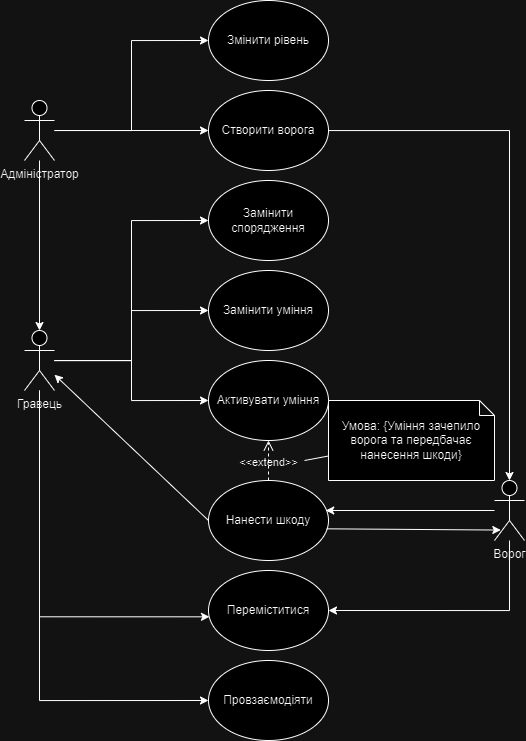
This is lab2/UseCase.drawio.png from ShyriaievDaniil/TRPZ, a draw.io export, as it was before one commit. Source tidied: cells renumbered, new cells last; positions are measured from the earlier drawing's top-left corner, leaving out a move shared by most shapes. Its diagram source:
```xml
<mxGraphModel>
  <root>
    <mxCell id="0" />
    <mxCell id="1" parent="0" />
    <mxCell id="2" style="edgeStyle=orthogonalEdgeStyle;rounded=0;jettySize=auto;html=1;entryX=0;entryY=0.5;entryDx=0;entryDy=0;" parent="1" edge="1" source="6" target="15">
      <mxGeometry relative="1" as="geometry" />
    </mxCell>
    <mxCell id="3" style="edgeStyle=orthogonalEdgeStyle;rounded=0;jettySize=auto;html=1;entryX=0;entryY=0.5;entryDx=0;entryDy=0;" parent="1" edge="1" source="6" target="16">
      <mxGeometry relative="1" as="geometry" />
    </mxCell>
    <mxCell id="4" style="edgeStyle=orthogonalEdgeStyle;rounded=0;jettySize=auto;html=1;entryX=0;entryY=0.5;entryDx=0;entryDy=0;" parent="1" edge="1" source="6" target="23">
      <mxGeometry relative="1" as="geometry">
        <Array as="points">
          <mxPoint x="15" y="700" />
        </Array>
      </mxGeometry>
    </mxCell>
    <mxCell id="5" style="edgeStyle=orthogonalEdgeStyle;rounded=0;jettySize=auto;html=1;entryX=0;entryY=0.5;entryDx=0;entryDy=0;" parent="1" edge="1" source="6" target="28">
      <mxGeometry relative="1" as="geometry" />
    </mxCell>
    <mxCell id="6" value="Гравець" style="shape=umlActor;verticalLabelPosition=bottom;verticalAlign=top;html=1;outlineConnect=0;" parent="1" vertex="1">
      <mxGeometry y="330" width="30" height="60" as="geometry" />
    </mxCell>
    <mxCell id="7" style="edgeStyle=orthogonalEdgeStyle;rounded=0;jettySize=auto;html=1;entryX=1;entryY=0.5;entryDx=0;entryDy=0;" parent="1" edge="1" source="8" target="20">
      <mxGeometry relative="1" as="geometry">
        <Array as="points">
          <mxPoint x="485" y="610" />
        </Array>
      </mxGeometry>
    </mxCell>
    <mxCell id="8" value="Ворог" style="shape=umlActor;verticalLabelPosition=bottom;verticalAlign=top;html=1;outlineConnect=0;" parent="1" vertex="1">
      <mxGeometry x="470" y="480" width="30" height="60" as="geometry" />
    </mxCell>
    <mxCell id="9" style="edgeStyle=orthogonalEdgeStyle;rounded=0;jettySize=auto;html=1;" parent="1" edge="1" source="12" target="6">
      <mxGeometry relative="1" as="geometry" />
    </mxCell>
    <mxCell id="10" style="edgeStyle=orthogonalEdgeStyle;rounded=0;jettySize=auto;html=1;entryX=0;entryY=0.5;entryDx=0;entryDy=0;" parent="1" edge="1" source="12" target="14">
      <mxGeometry relative="1" as="geometry" />
    </mxCell>
    <mxCell id="11" style="edgeStyle=orthogonalEdgeStyle;rounded=0;jettySize=auto;html=1;entryX=0;entryY=0.5;entryDx=0;entryDy=0;" parent="1" edge="1" source="12" target="18">
      <mxGeometry relative="1" as="geometry" />
    </mxCell>
    <mxCell id="12" value="Адміністратор" style="shape=umlActor;verticalLabelPosition=bottom;verticalAlign=top;html=1;outlineConnect=0;" parent="1" vertex="1">
      <mxGeometry y="100" width="30" height="60" as="geometry" />
    </mxCell>
    <mxCell id="13" style="edgeStyle=orthogonalEdgeStyle;rounded=0;jettySize=auto;html=1;" parent="1" edge="1" source="14" target="8">
      <mxGeometry relative="1" as="geometry" />
    </mxCell>
    <mxCell id="14" value="Створити ворога" style="ellipse;whiteSpace=wrap;html=1;" parent="1" vertex="1">
      <mxGeometry x="184" y="90" width="120" height="80" as="geometry" />
    </mxCell>
    <mxCell id="15" value="Замінити уміння" style="ellipse;whiteSpace=wrap;html=1;" parent="1" vertex="1">
      <mxGeometry x="184" y="270" width="120" height="80" as="geometry" />
    </mxCell>
    <mxCell id="16" value="Активувати уміння" style="ellipse;whiteSpace=wrap;html=1;" parent="1" vertex="1">
      <mxGeometry x="184" y="360" width="120" height="80" as="geometry" />
    </mxCell>
    <mxCell id="17" value="Нанести шкоду" style="ellipse;whiteSpace=wrap;html=1;" parent="1" vertex="1">
      <mxGeometry x="184" y="480" width="120" height="80" as="geometry" />
    </mxCell>
    <mxCell id="18" value="Змінити рівень" style="ellipse;whiteSpace=wrap;html=1;" parent="1" vertex="1">
      <mxGeometry x="184" width="120" height="80" as="geometry" />
    </mxCell>
    <mxCell id="19" style="endArrow=classic;html=1;rounded=0;exitX=0;exitY=0.5;exitDx=0;exitDy=0;" parent="1" edge="1" source="17" target="6">
      <mxGeometry relative="1" as="geometry" />
    </mxCell>
    <mxCell id="20" value="Переміститися" style="ellipse;whiteSpace=wrap;html=1;" parent="1" vertex="1">
      <mxGeometry x="184" y="570" width="120" height="80" as="geometry" />
    </mxCell>
    <mxCell id="21" style="edgeStyle=orthogonalEdgeStyle;rounded=0;jettySize=auto;html=1;entryX=0.008;entryY=0.579;entryDx=0;entryDy=0;entryPerimeter=0;" parent="1" edge="1" source="6" target="20">
      <mxGeometry relative="1" as="geometry">
        <Array as="points">
          <mxPoint x="15" y="616" />
        </Array>
      </mxGeometry>
    </mxCell>
    <mxCell id="22" value="&amp;lt;&amp;lt;extend&amp;gt;&amp;gt;" style="endArrow=open;startArrow=none;endFill=0;startFill=0;endSize=8;html=1;verticalAlign=bottom;dashed=1;labelBackgroundColor=none;rounded=0;exitX=0.5;exitY=0;exitDx=0;exitDy=0;entryX=0.5;entryY=1;entryDx=0;entryDy=0;" parent="1" edge="1" source="17" target="16">
      <mxGeometry x="-0.5" relative="1" as="geometry" />
    </mxCell>
    <mxCell id="23" value="Провзаємодіяти" style="ellipse;whiteSpace=wrap;html=1;" parent="1" vertex="1">
      <mxGeometry x="184" y="660" width="120" height="80" as="geometry" />
    </mxCell>
    <mxCell id="24" style="endArrow=classic;html=1;rounded=0;exitX=0.985;exitY=0.604;exitDx=0;exitDy=0;entryX=0.21;entryY=0.826;entryDx=0;entryDy=0;entryPerimeter=0;exitPerimeter=0;" parent="1" edge="1" source="17" target="8">
      <mxGeometry relative="1" as="geometry" />
    </mxCell>
    <mxCell id="25" style="endArrow=classic;html=1;rounded=0;entryX=0.977;entryY=0.375;entryDx=0;entryDy=0;entryPerimeter=0;" parent="1" edge="1" source="8" target="17">
      <mxGeometry relative="1" as="geometry" />
    </mxCell>
    <mxCell id="26" value="Умова: {Уміння зачепило ворога та передбачає нанесення шкоди}" style="shape=note;whiteSpace=wrap;html=1;backgroundOutline=1;darkOpacity=0.05;size=15;" parent="1" vertex="1">
      <mxGeometry x="304" y="400" width="166" height="80" as="geometry" />
    </mxCell>
    <mxCell id="27" style="endArrow=none;html=1;rounded=0;" parent="1" edge="1" target="26">
      <mxGeometry relative="1" as="geometry">
        <mxPoint x="280" y="460" as="sourcePoint" />
      </mxGeometry>
    </mxCell>
    <mxCell id="28" value="Замінити спорядження" style="ellipse;whiteSpace=wrap;html=1;" parent="1" vertex="1">
      <mxGeometry x="184" y="180" width="120" height="80" as="geometry" />
    </mxCell>
  </root>
</mxGraphModel>
```
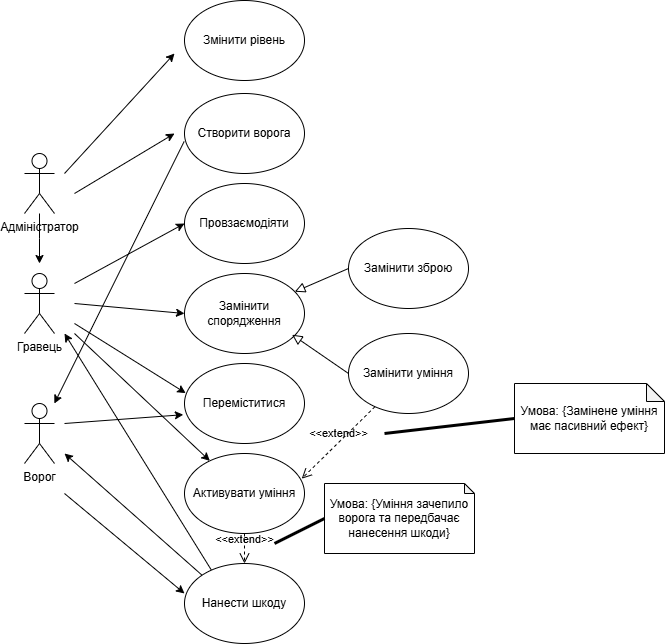
Above is the later version.

The edit, as a diff of the source:
```diff
@@ -2,100 +2,135 @@
   <root>
     <mxCell id="0" />
     <mxCell id="1" parent="0" />
-    <mxCell id="2" style="edgeStyle=orthogonalEdgeStyle;rounded=0;jettySize=auto;html=1;entryX=0;entryY=0.5;entryDx=0;entryDy=0;" parent="1" edge="1" source="6" target="15">
-      <mxGeometry relative="1" as="geometry" />
-    </mxCell>
-    <mxCell id="3" style="edgeStyle=orthogonalEdgeStyle;rounded=0;jettySize=auto;html=1;entryX=0;entryY=0.5;entryDx=0;entryDy=0;" parent="1" edge="1" source="6" target="16">
-      <mxGeometry relative="1" as="geometry" />
-    </mxCell>
-    <mxCell id="4" style="edgeStyle=orthogonalEdgeStyle;rounded=0;jettySize=auto;html=1;entryX=0;entryY=0.5;entryDx=0;entryDy=0;" parent="1" edge="1" source="6" target="23">
-      <mxGeometry relative="1" as="geometry">
-        <Array as="points">
-          <mxPoint x="15" y="700" />
-        </Array>
-      </mxGeometry>
-    </mxCell>
-    <mxCell id="5" style="edgeStyle=orthogonalEdgeStyle;rounded=0;jettySize=auto;html=1;entryX=0;entryY=0.5;entryDx=0;entryDy=0;" parent="1" edge="1" source="6" target="28">
-      <mxGeometry relative="1" as="geometry" />
-    </mxCell>
     <mxCell id="6" value="Гравець" style="shape=umlActor;verticalLabelPosition=bottom;verticalAlign=top;html=1;outlineConnect=0;" parent="1" vertex="1">
-      <mxGeometry y="330" width="30" height="60" as="geometry" />
+      <mxGeometry x="-80" y="250" width="30" height="60" as="geometry" />
     </mxCell>
-    <mxCell id="7" style="edgeStyle=orthogonalEdgeStyle;rounded=0;jettySize=auto;html=1;entryX=1;entryY=0.5;entryDx=0;entryDy=0;" parent="1" edge="1" source="8" target="20">
-      <mxGeometry relative="1" as="geometry">
-        <Array as="points">
-          <mxPoint x="485" y="610" />
-        </Array>
-      </mxGeometry>
-    </mxCell>
+    <mxCell id="29" style="edgeStyle=orthogonalEdgeStyle;rounded=0;jettySize=auto;html=1;" parent="1" edge="1" source="12">
+      <mxGeometry relative="1" as="geometry">
+        <mxPoint x="-65" y="240" as="targetPoint" />
+      </mxGeometry>
+    </mxCell>
+    <mxCell id="12" value="Адміністратор" style="shape=umlActor;verticalLabelPosition=bottom;verticalAlign=top;html=1;outlineConnect=0;" parent="1" vertex="1">
+      <mxGeometry x="-80" y="130" width="30" height="60" as="geometry" />
+    </mxCell>
     <mxCell id="8" value="Ворог" style="shape=umlActor;verticalLabelPosition=bottom;verticalAlign=top;html=1;outlineConnect=0;" parent="1" vertex="1">
-      <mxGeometry x="470" y="480" width="30" height="60" as="geometry" />
+      <mxGeometry x="-80" y="380" width="30" height="60" as="geometry" />
     </mxCell>
-    <mxCell id="9" style="edgeStyle=orthogonalEdgeStyle;rounded=0;jettySize=auto;html=1;" parent="1" edge="1" source="12" target="6">
-      <mxGeometry relative="1" as="geometry" />
-    </mxCell>
-    <mxCell id="10" style="edgeStyle=orthogonalEdgeStyle;rounded=0;jettySize=auto;html=1;entryX=0;entryY=0.5;entryDx=0;entryDy=0;" parent="1" edge="1" source="12" target="14">
-      <mxGeometry relative="1" as="geometry" />
-    </mxCell>
-    <mxCell id="11" style="edgeStyle=orthogonalEdgeStyle;rounded=0;jettySize=auto;html=1;entryX=0;entryY=0.5;entryDx=0;entryDy=0;" parent="1" edge="1" source="12" target="18">
-      <mxGeometry relative="1" as="geometry" />
-    </mxCell>
-    <mxCell id="12" value="Адміністратор" style="shape=umlActor;verticalLabelPosition=bottom;verticalAlign=top;html=1;outlineConnect=0;" parent="1" vertex="1">
-      <mxGeometry y="100" width="30" height="60" as="geometry" />
-    </mxCell>
+    <mxCell id="18" value="Змінити рівень" style="ellipse;whiteSpace=wrap;html=1;" parent="1" vertex="1">
+      <mxGeometry x="80" y="-23" width="120" height="80" as="geometry" />
+    </mxCell>
+    <mxCell id="14" value="Створити ворога" style="ellipse;whiteSpace=wrap;html=1;" parent="1" vertex="1">
+      <mxGeometry x="80" y="70" width="120" height="80" as="geometry" />
+    </mxCell>
+    <mxCell id="28" value="Замінити спорядження" style="ellipse;whiteSpace=wrap;html=1;" parent="1" vertex="1">
+      <mxGeometry x="80" y="250" width="120" height="80" as="geometry" />
+    </mxCell>
+    <mxCell id="30" value="Замінити зброю" style="ellipse;whiteSpace=wrap;html=1;" parent="1" vertex="1">
+      <mxGeometry x="244" y="205" width="120" height="80" as="geometry" />
+    </mxCell>
+    <mxCell id="15" value="Замінити уміння" style="ellipse;whiteSpace=wrap;html=1;" parent="1" vertex="1">
+      <mxGeometry x="244" y="310" width="120" height="80" as="geometry" />
+    </mxCell>
+    <mxCell id="20" value="Переміститися" style="ellipse;whiteSpace=wrap;html=1;" parent="1" vertex="1">
+      <mxGeometry x="80" y="340" width="120" height="80" as="geometry" />
+    </mxCell>
+    <mxCell id="23" value="Провзаємодіяти" style="ellipse;whiteSpace=wrap;html=1;" parent="1" vertex="1">
+      <mxGeometry x="80" y="160" width="120" height="80" as="geometry" />
+    </mxCell>
+    <mxCell id="17" value="Нанести шкоду" style="ellipse;whiteSpace=wrap;html=1;" parent="1" vertex="1">
+      <mxGeometry x="80" y="540" width="120" height="80" as="geometry" />
+    </mxCell>
+    <mxCell id="16" value="Активувати уміння" style="ellipse;whiteSpace=wrap;html=1;" parent="1" vertex="1">
+      <mxGeometry x="80" y="430" width="120" height="80" as="geometry" />
+    </mxCell>
+    <mxCell id="26" value="Умова: {Уміння зачепило ворога та передбачає нанесення шкоди}" style="shape=note;whiteSpace=wrap;html=1;backgroundOutline=1;darkOpacity=0.05;size=10;" parent="1" vertex="1">
+      <mxGeometry x="220" y="460" width="150" height="70" as="geometry" />
+    </mxCell>
+    <mxCell id="31" value="Умова: {Замінене уміння має пасивний ефект}" style="shape=note;whiteSpace=wrap;html=1;backgroundOutline=1;darkOpacity=0.05;size=18;" parent="1" vertex="1">
+      <mxGeometry x="410" y="360" width="150" height="70" as="geometry" />
+    </mxCell>
-    <mxCell id="13" style="edgeStyle=orthogonalEdgeStyle;rounded=0;jettySize=auto;html=1;" parent="1" edge="1" source="14" target="8">
+    <mxCell id="13" style="endArrow=classic;html=1;rounded=0;exitX=-0.003;exitY=0.6;exitDx=0;exitDy=0;exitPerimeter=0;" parent="1" edge="1" source="14" target="8">
       <mxGeometry relative="1" as="geometry" />
     </mxCell>
-    <mxCell id="14" value="Створити ворога" style="ellipse;whiteSpace=wrap;html=1;" parent="1" vertex="1">
-      <mxGeometry x="184" y="90" width="120" height="80" as="geometry" />
-    </mxCell>
-    <mxCell id="15" value="Замінити уміння" style="ellipse;whiteSpace=wrap;html=1;" parent="1" vertex="1">
-      <mxGeometry x="184" y="270" width="120" height="80" as="geometry" />
-    </mxCell>
-    <mxCell id="16" value="Активувати уміння" style="ellipse;whiteSpace=wrap;html=1;" parent="1" vertex="1">
-      <mxGeometry x="184" y="360" width="120" height="80" as="geometry" />
-    </mxCell>
-    <mxCell id="17" value="Нанести шкоду" style="ellipse;whiteSpace=wrap;html=1;" parent="1" vertex="1">
-      <mxGeometry x="184" y="480" width="120" height="80" as="geometry" />
-    </mxCell>
-    <mxCell id="18" value="Змінити рівень" style="ellipse;whiteSpace=wrap;html=1;" parent="1" vertex="1">
-      <mxGeometry x="184" width="120" height="80" as="geometry" />
-    </mxCell>
-    <mxCell id="19" style="endArrow=classic;html=1;rounded=0;exitX=0;exitY=0.5;exitDx=0;exitDy=0;" parent="1" edge="1" source="17" target="6">
-      <mxGeometry relative="1" as="geometry" />
-    </mxCell>
-    <mxCell id="20" value="Переміститися" style="ellipse;whiteSpace=wrap;html=1;" parent="1" vertex="1">
-      <mxGeometry x="184" y="570" width="120" height="80" as="geometry" />
-    </mxCell>
-    <mxCell id="21" style="edgeStyle=orthogonalEdgeStyle;rounded=0;jettySize=auto;html=1;entryX=0.008;entryY=0.579;entryDx=0;entryDy=0;entryPerimeter=0;" parent="1" edge="1" source="6" target="20">
-      <mxGeometry relative="1" as="geometry">
-        <Array as="points">
-          <mxPoint x="15" y="616" />
-        </Array>
-      </mxGeometry>
-    </mxCell>
-    <mxCell id="22" value="&amp;lt;&amp;lt;extend&amp;gt;&amp;gt;" style="endArrow=open;startArrow=none;endFill=0;startFill=0;endSize=8;html=1;verticalAlign=bottom;dashed=1;labelBackgroundColor=none;rounded=0;exitX=0.5;exitY=0;exitDx=0;exitDy=0;entryX=0.5;entryY=1;entryDx=0;entryDy=0;" parent="1" edge="1" source="17" target="16">
-      <mxGeometry x="-0.5" relative="1" as="geometry" />
-    </mxCell>
-    <mxCell id="23" value="Провзаємодіяти" style="ellipse;whiteSpace=wrap;html=1;" parent="1" vertex="1">
-      <mxGeometry x="184" y="660" width="120" height="80" as="geometry" />
-    </mxCell>
-    <mxCell id="24" style="endArrow=classic;html=1;rounded=0;exitX=0.985;exitY=0.604;exitDx=0;exitDy=0;entryX=0.21;entryY=0.826;entryDx=0;entryDy=0;entryPerimeter=0;exitPerimeter=0;" parent="1" edge="1" source="17" target="8">
-      <mxGeometry relative="1" as="geometry" />
-    </mxCell>
-    <mxCell id="25" style="endArrow=classic;html=1;rounded=0;entryX=0.977;entryY=0.375;entryDx=0;entryDy=0;entryPerimeter=0;" parent="1" edge="1" source="8" target="17">
-      <mxGeometry relative="1" as="geometry" />
-    </mxCell>
-    <mxCell id="26" value="Умова: {Уміння зачепило ворога та передбачає нанесення шкоди}" style="shape=note;whiteSpace=wrap;html=1;backgroundOutline=1;darkOpacity=0.05;size=15;" parent="1" vertex="1">
-      <mxGeometry x="304" y="400" width="166" height="80" as="geometry" />
-    </mxCell>
-    <mxCell id="27" style="endArrow=none;html=1;rounded=0;" parent="1" edge="1" target="26">
-      <mxGeometry relative="1" as="geometry">
-        <mxPoint x="280" y="460" as="sourcePoint" />
-      </mxGeometry>
-    </mxCell>
-    <mxCell id="28" value="Замінити спорядження" style="ellipse;whiteSpace=wrap;html=1;" parent="1" vertex="1">
-      <mxGeometry x="184" y="180" width="120" height="80" as="geometry" />
-    </mxCell>
+    <mxCell id="32" style="endArrow=classic;html=1;rounded=0;entryX=0;entryY=0.375;entryDx=0;entryDy=0;entryPerimeter=0;" parent="1" edge="1" target="17">
+      <mxGeometry relative="1" as="geometry">
+        <mxPoint x="-40" y="470" as="sourcePoint" />
+      </mxGeometry>
+    </mxCell>
+    <mxCell id="33" style="endArrow=classic;html=1;rounded=0;exitX=0;exitY=0;exitDx=0;exitDy=0;" parent="1" edge="1" source="17">
+      <mxGeometry relative="1" as="geometry">
+        <mxPoint x="-40" y="430" as="targetPoint" />
+      </mxGeometry>
+    </mxCell>
+    <mxCell id="34" style="endArrow=classic;html=1;rounded=0;exitX=0.223;exitY=0.08;exitDx=0;exitDy=0;exitPerimeter=0;" parent="1" edge="1" source="17">
+      <mxGeometry relative="1" as="geometry">
+        <mxPoint x="-40" y="310" as="targetPoint" />
+      </mxGeometry>
+    </mxCell>
+    <mxCell id="35" style="endArrow=classic;html=1;rounded=0;" parent="1" edge="1">
+      <mxGeometry relative="1" as="geometry">
+        <mxPoint x="-40" y="150" as="sourcePoint" />
+        <mxPoint x="70" y="30" as="targetPoint" />
+      </mxGeometry>
+    </mxCell>
+    <mxCell id="36" style="endArrow=classic;html=1;rounded=0;" parent="1" edge="1">
+      <mxGeometry relative="1" as="geometry">
+        <mxPoint x="-30" y="170" as="sourcePoint" />
+        <mxPoint x="70" y="110" as="targetPoint" />
+      </mxGeometry>
+    </mxCell>
+    <mxCell id="37" style="endArrow=classic;html=1;rounded=0;entryX=0;entryY=0.5;entryDx=0;entryDy=0;" parent="1" edge="1" target="23">
+      <mxGeometry relative="1" as="geometry">
+        <mxPoint x="-30" y="260" as="sourcePoint" />
+      </mxGeometry>
+    </mxCell>
+    <mxCell id="38" style="endArrow=classic;html=1;rounded=0;entryX=0;entryY=0.5;entryDx=0;entryDy=0;" parent="1" edge="1" target="28">
+      <mxGeometry relative="1" as="geometry">
+        <mxPoint x="-30" y="280" as="sourcePoint" />
+      </mxGeometry>
+    </mxCell>
+    <mxCell id="39" style="endArrow=classic;html=1;rounded=0;entryX=0.01;entryY=0.37;entryDx=0;entryDy=0;entryPerimeter=0;" parent="1" edge="1" target="20">
+      <mxGeometry relative="1" as="geometry">
+        <mxPoint x="-30" y="300" as="sourcePoint" />
+      </mxGeometry>
+    </mxCell>
+    <mxCell id="40" style="endArrow=classic;html=1;rounded=0;entryX=-0.01;entryY=0.64;entryDx=0;entryDy=0;entryPerimeter=0;" parent="1" edge="1" target="20">
+      <mxGeometry relative="1" as="geometry">
+        <mxPoint x="-40" y="400" as="sourcePoint" />
+      </mxGeometry>
+    </mxCell>
+    <mxCell id="41" style="endArrow=classic;html=1;rounded=0;" parent="1" edge="1" target="16">
+      <mxGeometry relative="1" as="geometry">
+        <mxPoint x="-30" y="310" as="sourcePoint" />
+      </mxGeometry>
+    </mxCell>
+    <mxCell id="42" value="&amp;lt;&amp;lt;extend&lt;span style=&quot;background-color: initial;&quot;&gt;&amp;gt;&amp;gt;&lt;/span&gt;" style="endArrow=open;startArrow=none;endFill=0;startFill=0;endSize=8;html=1;verticalAlign=bottom;dashed=1;labelBackgroundColor=none;rounded=0;exitX=0.5;exitY=1;exitDx=0;exitDy=0;entryX=0.5;entryY=0;entryDx=0;entryDy=0;" parent="1" edge="1" source="16" target="17">
+      <mxGeometry relative="1" as="geometry" />
+    </mxCell>
+    <mxCell id="43" style="endArrow=none;startArrow=none;endFill=0;startFill=0;endSize=8;html=1;verticalAlign=bottom;labelBackgroundColor=none;strokeWidth=3;rounded=0;entryX=0;entryY=0.5;entryDx=0;entryDy=0;entryPerimeter=0;" parent="1" edge="1" target="26">
+      <mxGeometry relative="1" as="geometry">
+        <mxPoint x="170" y="520" as="sourcePoint" />
+      </mxGeometry>
+    </mxCell>
+    <mxCell id="44" style="endArrow=block;html=1;rounded=0;align=center;verticalAlign=bottom;endFill=0;labelBackgroundColor=none;endSize=8;exitX=0;exitY=0.5;exitDx=0;exitDy=0;" parent="1" edge="1" source="30" target="28">
+      <mxGeometry relative="1" as="geometry" />
+    </mxCell>
+    <mxCell id="45" style="html=1;align=center;verticalAlign=top;labelBackgroundColor=none;" parent="44" vertex="1">
+      <mxGeometry relative="1" as="geometry" />
+    </mxCell>
+    <mxCell id="46" style="endArrow=block;html=1;rounded=0;align=center;verticalAlign=bottom;endFill=0;labelBackgroundColor=none;endSize=8;exitX=0;exitY=0.5;exitDx=0;exitDy=0;entryX=0.897;entryY=0.765;entryDx=0;entryDy=0;entryPerimeter=0;" parent="1" edge="1" source="15" target="28">
+      <mxGeometry relative="1" as="geometry" />
+    </mxCell>
+    <mxCell id="47" style="html=1;align=center;verticalAlign=top;labelBackgroundColor=none;" parent="46" vertex="1">
+      <mxGeometry relative="1" as="geometry" />
+    </mxCell>
+    <mxCell id="48" value="&amp;lt;&amp;lt;extend&lt;span style=&quot;background-color: initial;&quot;&gt;&amp;gt;&amp;gt;&lt;/span&gt;" style="endArrow=open;startArrow=none;endFill=0;startFill=0;endSize=8;html=1;verticalAlign=bottom;dashed=1;labelBackgroundColor=none;rounded=0;entryX=0.977;entryY=0.315;entryDx=0;entryDy=0;entryPerimeter=0;" parent="1" edge="1" source="15" target="16">
+      <mxGeometry relative="1" as="geometry" />
+    </mxCell>
+    <mxCell id="49" style="endArrow=none;startArrow=none;endFill=0;startFill=0;endSize=8;html=1;verticalAlign=bottom;labelBackgroundColor=none;strokeWidth=3;rounded=0;entryX=0;entryY=0.5;entryDx=0;entryDy=0;entryPerimeter=0;" parent="1" edge="1" target="31">
+      <mxGeometry relative="1" as="geometry">
+        <mxPoint x="280" y="410" as="sourcePoint" />
+      </mxGeometry>
+    </mxCell>
   </root>
 </mxGraphModel>
```
